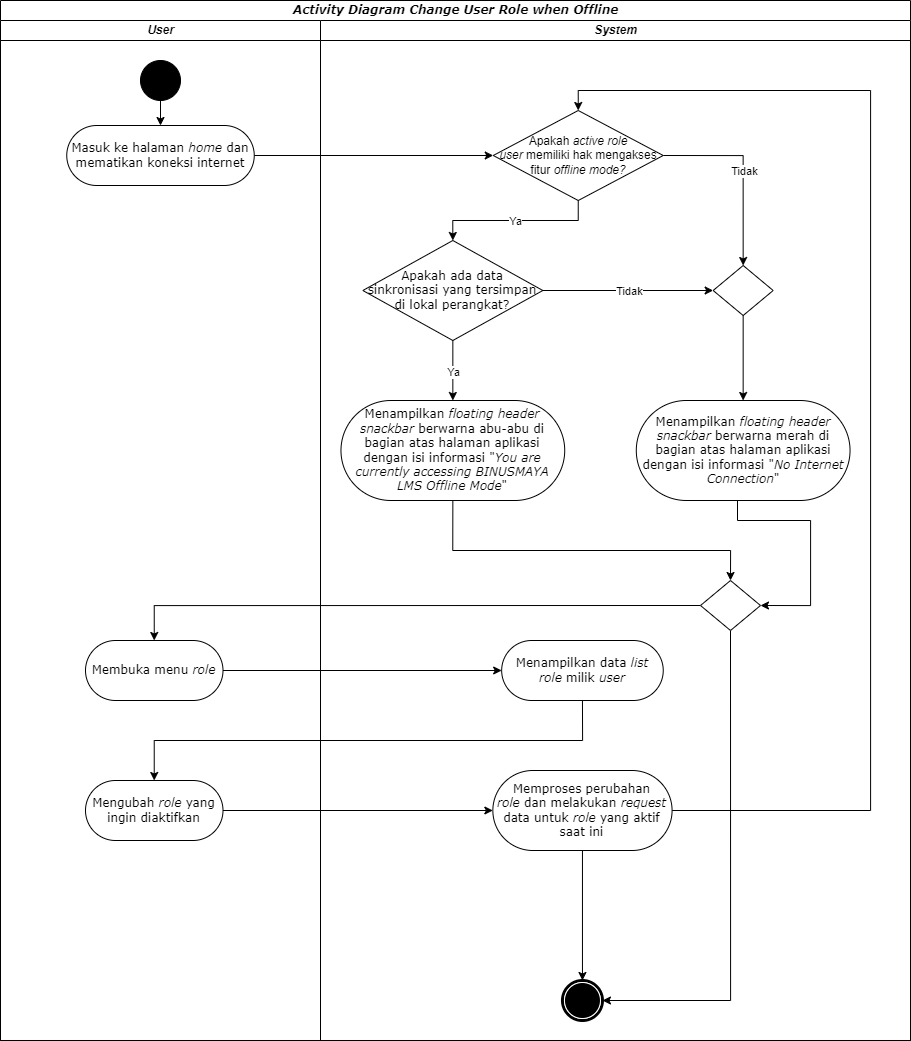
angeliawidjaja/offline-mode-paper keeps this draw.io diagram as diagrams/02. change_user_role/Activity Diagram.drawio.png. Above is the earlier version. Source tidied: cells renumbered, new cells last; positions are measured from the earlier drawing's top-left corner, leaving out a move shared by most shapes.
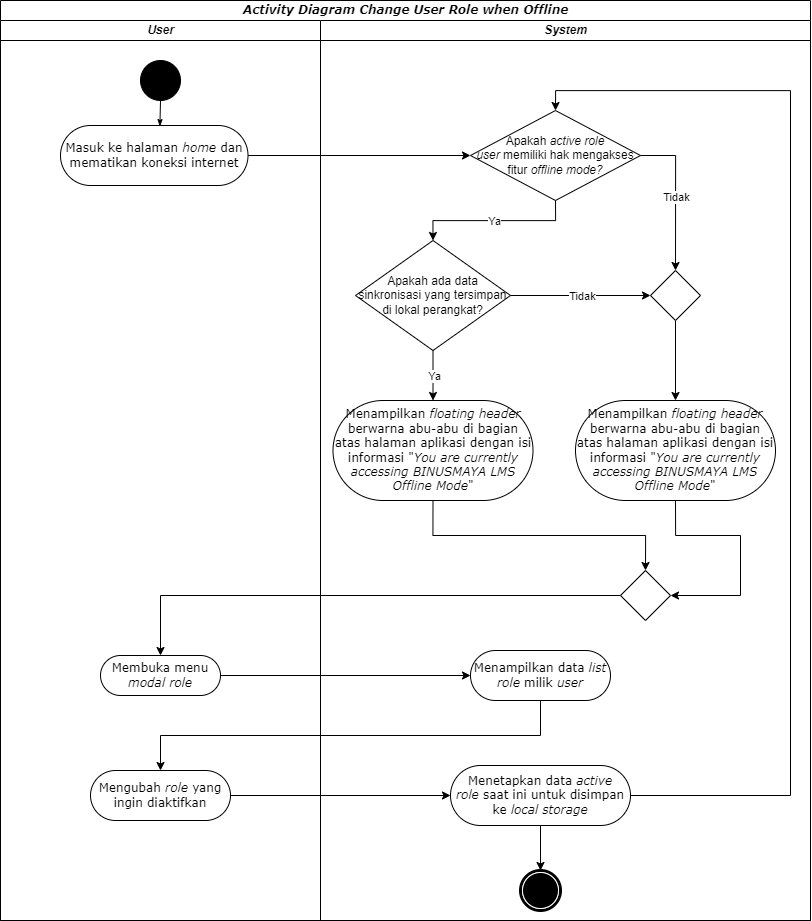
After the commit.

Change to the diagram source:
```diff
@@ -3,129 +3,125 @@
     <mxCell id="0" />
     <mxCell id="1" parent="0" />
     <mxCell id="2" value="&lt;i&gt;Activity Diagram&lt;/i&gt;&amp;nbsp;&lt;i&gt;Change User Role when Offline&lt;/i&gt;" style="swimlane;html=1;startSize=20;rounded=0;shadow=0;comic=0;labelBackgroundColor=none;strokeWidth=1;fontFamily=Verdana;fontSize=12;align=center;" parent="1" vertex="1">
-      <mxGeometry width="910" height="1040" as="geometry" />
+      <mxGeometry width="810" height="920" as="geometry" />
     </mxCell>
     <mxCell id="3" style="rounded=0;jettySize=auto;html=1;exitX=1;exitY=0.5;exitDx=0;exitDy=0;" parent="2" edge="1" source="7" target="16">
       <mxGeometry relative="1" as="geometry" />
     </mxCell>
     <mxCell id="4" value="&lt;i&gt;User&lt;/i&gt;" style="swimlane;html=1;startSize=20;" parent="2" vertex="1">
-      <mxGeometry y="20" width="320" height="1020" as="geometry" />
+      <mxGeometry y="20" width="320" height="900" as="geometry" />
     </mxCell>
-    <mxCell id="5" style="edgeStyle=orthogonalEdgeStyle;rounded=0;jettySize=auto;html=1;exitX=0.5;exitY=1;exitDx=0;exitDy=0;entryX=0.5;entryY=0;entryDx=0;entryDy=0;" parent="4" edge="1" source="6" target="7">
-      <mxGeometry relative="1" as="geometry" />
-    </mxCell>
     <mxCell id="6" style="ellipse;whiteSpace=wrap;html=1;rounded=0;shadow=0;comic=0;labelBackgroundColor=none;strokeWidth=1;fillColor=#000000;fontFamily=Verdana;fontSize=12;align=center;" parent="4" vertex="1">
       <mxGeometry x="140" y="40" width="40" height="40" as="geometry" />
     </mxCell>
     <mxCell id="7" value="Masuk ke halaman &lt;i&gt;home &lt;/i&gt;dan mematikan koneksi internet" style="rounded=1;whiteSpace=wrap;html=1;shadow=0;comic=0;labelBackgroundColor=none;strokeWidth=1;fontFamily=Verdana;fontSize=12;align=center;arcSize=50;" parent="4" vertex="1">
-      <mxGeometry x="66.2" y="105" width="187.5" height="60" as="geometry" />
+      <mxGeometry x="60" y="105" width="187.5" height="60" as="geometry" />
     </mxCell>
-    <mxCell id="8" value="Membuka menu &lt;i&gt;role&lt;/i&gt;" style="rounded=1;whiteSpace=wrap;html=1;shadow=0;comic=0;labelBackgroundColor=none;strokeWidth=1;fontFamily=Verdana;fontSize=12;align=center;arcSize=50;" parent="4" vertex="1">
-      <mxGeometry x="85" y="620" width="137.5" height="60" as="geometry" />
-    </mxCell>
+    <mxCell id="5" style="rounded=0;html=1;labelBackgroundColor=none;startArrow=none;startFill=0;startSize=5;endArrow=classicThin;endFill=1;endSize=5;jettySize=auto;strokeWidth=1;fontFamily=Verdana;fontSize=12;entryX=0.53;entryY=0.018;entryDx=0;entryDy=0;entryPerimeter=0;" parent="4" edge="1" source="6" target="7">
+      <mxGeometry relative="1" as="geometry" />
+    </mxCell>
+    <mxCell id="38" value="Membuka menu &lt;i&gt;modal&lt;/i&gt;&amp;nbsp;&lt;i&gt;role&lt;/i&gt;" style="rounded=1;whiteSpace=wrap;html=1;shadow=0;comic=0;labelBackgroundColor=none;strokeWidth=1;fontFamily=Verdana;fontSize=12;align=center;arcSize=50;" parent="4" vertex="1">
+      <mxGeometry x="100" y="635" width="120" height="40" as="geometry" />
+    </mxCell>
-    <mxCell id="9" value="Mengubah &lt;i&gt;role&lt;/i&gt;&amp;nbsp;yang ingin diaktifkan" style="rounded=1;whiteSpace=wrap;html=1;shadow=0;comic=0;labelBackgroundColor=none;strokeWidth=1;fontFamily=Verdana;fontSize=12;align=center;arcSize=50;" parent="4" vertex="1">
-      <mxGeometry x="85" y="760" width="137.5" height="60" as="geometry" />
+    <mxCell id="9" value="Mengubah &lt;i&gt;role &lt;/i&gt;yang ingin diaktifkan" style="rounded=1;whiteSpace=wrap;html=1;shadow=0;comic=0;labelBackgroundColor=none;strokeWidth=1;fontFamily=Verdana;fontSize=12;align=center;arcSize=50;" parent="4" vertex="1">
+      <mxGeometry x="90" y="750" width="140" height="50" as="geometry" />
     </mxCell>
-    <mxCell id="10" style="edgeStyle=orthogonalEdgeStyle;rounded=0;jettySize=auto;html=1;exitX=0;exitY=0.5;exitDx=0;exitDy=0;entryX=0.5;entryY=0;entryDx=0;entryDy=0;" parent="2" edge="1" source="33" target="8">
-      <mxGeometry relative="1" as="geometry" />
-    </mxCell>
-    <mxCell id="11" style="edgeStyle=orthogonalEdgeStyle;rounded=0;jettySize=auto;html=1;exitX=1;exitY=0.5;exitDx=0;exitDy=0;" parent="2" edge="1" source="8" target="34">
-      <mxGeometry relative="1" as="geometry" />
-    </mxCell>
+    <mxCell id="39" style="edgeStyle=orthogonalEdgeStyle;rounded=0;jettySize=auto;html=1;exitX=0;exitY=0.5;exitDx=0;exitDy=0;entryX=0.5;entryY=0;entryDx=0;entryDy=0;" parent="2" edge="1" source="50" target="38">
+      <mxGeometry relative="1" as="geometry" />
+    </mxCell>
+    <mxCell id="40" style="edgeStyle=orthogonalEdgeStyle;rounded=0;jettySize=auto;html=1;exitX=1;exitY=0.5;exitDx=0;exitDy=0;entryX=0;entryY=0.5;entryDx=0;entryDy=0;" parent="2" edge="1" source="38" target="34">
+      <mxGeometry relative="1" as="geometry" />
+    </mxCell>
     <mxCell id="12" style="edgeStyle=orthogonalEdgeStyle;rounded=0;jettySize=auto;html=1;exitX=0.5;exitY=1;exitDx=0;exitDy=0;" parent="2" edge="1" source="34" target="9">
       <mxGeometry relative="1" as="geometry" />
     </mxCell>
-    <mxCell id="13" style="edgeStyle=orthogonalEdgeStyle;rounded=0;jettySize=auto;html=1;exitX=1;exitY=0.5;exitDx=0;exitDy=0;" parent="2" edge="1" source="9" target="37">
-      <mxGeometry relative="1" as="geometry" />
-    </mxCell>
+    <mxCell id="41" style="edgeStyle=orthogonalEdgeStyle;rounded=0;jettySize=auto;html=1;exitX=1;exitY=0.5;exitDx=0;exitDy=0;entryX=0;entryY=0.5;entryDx=0;entryDy=0;" parent="2" edge="1" source="9" target="53">
+      <mxGeometry relative="1" as="geometry" />
+    </mxCell>
     <mxCell id="14" value="&lt;i&gt;System&lt;/i&gt;" style="swimlane;html=1;startSize=20;" parent="2" vertex="1">
-      <mxGeometry x="320" y="20" width="590" height="1020" as="geometry" />
+      <mxGeometry x="320" y="20" width="490" height="900" as="geometry" />
     </mxCell>
     <mxCell id="15" style="shape=mxgraph.bpmn.shape;html=1;verticalLabelPosition=bottom;labelBackgroundColor=#ffffff;verticalAlign=top;perimeter=ellipsePerimeter;outline=end;symbol=terminate;rounded=0;shadow=0;comic=0;strokeWidth=1;fontFamily=Verdana;fontSize=12;align=center;" parent="14" vertex="1">
-      <mxGeometry x="242" y="960" width="40" height="40" as="geometry" />
+      <mxGeometry x="200" y="850" width="40" height="40" as="geometry" />
     </mxCell>
     <mxCell id="16" value="Apakah &lt;i&gt;active role user&lt;/i&gt;&amp;nbsp;memiliki hak mengakses fitur &lt;i&gt;offline mode?&lt;/i&gt;" style="rhombus;whiteSpace=wrap;html=1;" parent="14" vertex="1">
-      <mxGeometry x="172.7" y="90" width="170" height="90" as="geometry" />
+      <mxGeometry x="150" y="90" width="170" height="90" as="geometry" />
     </mxCell>
-    <mxCell id="17" style="edgeStyle=orthogonalEdgeStyle;rounded=0;jettySize=auto;html=1;exitX=0.5;exitY=1;exitDx=0;exitDy=0;entryX=0.5;entryY=0;entryDx=0;entryDy=0;" parent="14" edge="1" source="18" target="33">
-      <mxGeometry relative="1" as="geometry">
-        <Array as="points">
-          <mxPoint x="132" y="530" />
-          <mxPoint x="410" y="530" />
-        </Array>
-      </mxGeometry>
-    </mxCell>
-    <mxCell id="18" value="Menampilkan &lt;i&gt;floating header snackbar&lt;/i&gt;&amp;nbsp;berwarna abu-abu di bagian atas halaman aplikasi dengan isi informasi &quot;&lt;i&gt;You are currently accessing BINUSMAYA LMS Offline Mode&lt;/i&gt;&quot;" style="rounded=1;whiteSpace=wrap;html=1;shadow=0;comic=0;labelBackgroundColor=none;strokeWidth=1;fontFamily=Verdana;fontSize=12;align=center;arcSize=50;" parent="14" vertex="1">
-      <mxGeometry x="20.5" y="380" width="223.8" height="100" as="geometry" />
-    </mxCell>
     <mxCell id="19" style="endArrow=classic;html=1;rounded=0;exitX=0.5;exitY=1;exitDx=0;exitDy=0;entryX=0.5;entryY=0;entryDx=0;entryDy=0;edgeStyle=orthogonalEdgeStyle;" parent="14" edge="1" source="16" target="23">
       <mxGeometry relative="1" as="geometry" />
     </mxCell>
     <mxCell id="20" value="Ya" style="edgeLabel;html=1;align=center;verticalAlign=middle;" parent="19" vertex="1">
       <mxGeometry relative="1" as="geometry" />
     </mxCell>
-    <mxCell id="21" style="endArrow=classic;html=1;rounded=0;exitX=1;exitY=0.5;exitDx=0;exitDy=0;edgeStyle=orthogonalEdgeStyle;entryX=0.5;entryY=0;entryDx=0;entryDy=0;" parent="14" edge="1" source="16" target="31">
-      <mxGeometry relative="1" as="geometry" />
+    <mxCell id="21" style="endArrow=classic;html=1;rounded=0;exitX=1;exitY=0.5;exitDx=0;exitDy=0;edgeStyle=orthogonalEdgeStyle;entryX=0.5;entryY=0;entryDx=0;entryDy=0;" parent="14" edge="1" source="16" target="43">
+      <mxGeometry relative="1" as="geometry">
+        <Array as="points">
+          <mxPoint x="355" y="135" />
+        </Array>
+      </mxGeometry>
     </mxCell>
     <mxCell id="22" value="Tidak" style="edgeLabel;html=1;align=center;verticalAlign=middle;" parent="21" vertex="1">
       <mxGeometry relative="1" as="geometry" />
     </mxCell>
-    <mxCell id="23" value="&lt;p style=&quot;line-height: 120%;&quot;&gt;&lt;span style=&quot;font-family: Verdana;&quot;&gt;Apakah ada data sinkronisasi yang tersimpan di lokal perangkat?&lt;/span&gt;&lt;/p&gt;" style="rhombus;whiteSpace=wrap;html=1;spacing=4;" parent="14" vertex="1">
-      <mxGeometry x="42.3" y="220" width="180" height="100" as="geometry" />
+    <mxCell id="23" value="Apakah ada data sinkronisasi yang tersimpan di lokal perangkat?" style="rhombus;whiteSpace=wrap;html=1;" parent="14" vertex="1">
+      <mxGeometry x="35" y="220" width="155" height="110" as="geometry" />
     </mxCell>
-    <mxCell id="24" style="endArrow=classic;html=1;rounded=0;exitX=0.5;exitY=1;exitDx=0;exitDy=0;entryX=0.5;entryY=0;entryDx=0;entryDy=0;edgeStyle=orthogonalEdgeStyle;" parent="14" edge="1" source="23" target="18">
-      <mxGeometry relative="1" as="geometry" />
-    </mxCell>
+    <mxCell id="42" style="edgeStyle=orthogonalEdgeStyle;rounded=0;jettySize=auto;html=1;exitX=0.5;exitY=1;exitDx=0;exitDy=0;entryX=0.5;entryY=0;entryDx=0;entryDy=0;" parent="14" edge="1" source="43" target="48">
+      <mxGeometry relative="1" as="geometry" />
+    </mxCell>
+    <mxCell id="43" style="rhombus;whiteSpace=wrap;html=1;" parent="14" vertex="1">
+      <mxGeometry x="330" y="250" width="50" height="50" as="geometry" />
+    </mxCell>
+    <mxCell id="44" style="endArrow=classic;html=1;rounded=0;exitX=1;exitY=0.5;exitDx=0;exitDy=0;edgeStyle=orthogonalEdgeStyle;entryX=0;entryY=0.5;entryDx=0;entryDy=0;" parent="14" edge="1" source="23" target="43">
+      <mxGeometry relative="1" as="geometry" />
+    </mxCell>
+    <mxCell id="29" value="Tidak" style="edgeLabel;html=1;align=center;verticalAlign=middle;" parent="44" vertex="1">
+      <mxGeometry relative="1" as="geometry" />
+    </mxCell>
+    <mxCell id="45" style="edgeStyle=orthogonalEdgeStyle;rounded=0;jettySize=auto;html=1;exitX=0.5;exitY=1;exitDx=0;exitDy=0;entryX=0.5;entryY=0;entryDx=0;entryDy=0;" parent="14" edge="1" source="46" target="50">
+      <mxGeometry relative="1" as="geometry" />
+    </mxCell>
+    <mxCell id="46" value="Menampilkan &lt;i&gt;floating header &lt;/i&gt;berwarna abu-abu di bagian atas halaman aplikasi dengan isi informasi &quot;&lt;i&gt;You are currently accessing BINUSMAYA LMS Offline Mode&lt;/i&gt;&quot;" style="rounded=1;whiteSpace=wrap;html=1;shadow=0;comic=0;labelBackgroundColor=none;strokeWidth=1;fontFamily=Verdana;fontSize=12;align=center;arcSize=50;" parent="14" vertex="1">
+      <mxGeometry x="12.5" y="380" width="200" height="100" as="geometry" />
+    </mxCell>
+    <mxCell id="47" style="edgeStyle=orthogonalEdgeStyle;rounded=0;jettySize=auto;html=1;exitX=0.5;exitY=1;exitDx=0;exitDy=0;entryX=1;entryY=0.5;entryDx=0;entryDy=0;" parent="14" edge="1" source="48" target="50">
+      <mxGeometry relative="1" as="geometry">
+        <Array as="points">
+          <mxPoint x="355" y="515" />
+          <mxPoint x="420" y="515" />
+          <mxPoint x="420" y="575" />
+        </Array>
+      </mxGeometry>
+    </mxCell>
+    <mxCell id="48" value="Menampilkan &lt;i&gt;floating header &lt;/i&gt;berwarna abu-abu di bagian atas halaman aplikasi dengan isi informasi &quot;&lt;i&gt;You are currently accessing BINUSMAYA LMS Offline Mode&lt;/i&gt;&quot;" style="rounded=1;whiteSpace=wrap;html=1;shadow=0;comic=0;labelBackgroundColor=none;strokeWidth=1;fontFamily=Verdana;fontSize=12;align=center;arcSize=50;" parent="14" vertex="1">
+      <mxGeometry x="255" y="380" width="200" height="100" as="geometry" />
+    </mxCell>
+    <mxCell id="49" style="endArrow=classic;html=1;rounded=0;exitX=0.5;exitY=1;exitDx=0;exitDy=0;entryX=0.5;entryY=0;entryDx=0;entryDy=0;edgeStyle=orthogonalEdgeStyle;" parent="14" edge="1" source="23" target="46">
+      <mxGeometry relative="1" as="geometry" />
+    </mxCell>
-    <mxCell id="25" value="Ya" style="edgeLabel;html=1;align=center;verticalAlign=middle;" parent="24" vertex="1">
+    <mxCell id="25" value="Ya" style="edgeLabel;html=1;align=center;verticalAlign=middle;" parent="49" vertex="1">
       <mxGeometry relative="1" as="geometry" />
     </mxCell>
-    <mxCell id="26" style="edgeStyle=orthogonalEdgeStyle;rounded=0;jettySize=auto;html=1;exitX=0.5;exitY=1;exitDx=0;exitDy=0;entryX=1;entryY=0.5;entryDx=0;entryDy=0;" parent="14" edge="1" source="27" target="33">
-      <mxGeometry relative="1" as="geometry">
-        <Array as="points">
-          <mxPoint x="417" y="500" />
-          <mxPoint x="490" y="500" />
-          <mxPoint x="490" y="585" />
-        </Array>
-      </mxGeometry>
-    </mxCell>
-    <mxCell id="27" value="Menampilkan &lt;i&gt;floating header snackbar&lt;/i&gt;&amp;nbsp;berwarna merah di bagian atas halaman aplikasi dengan isi informasi &quot;&lt;i&gt;No Internet Connection&lt;/i&gt;&quot;" style="rounded=1;whiteSpace=wrap;html=1;shadow=0;comic=0;labelBackgroundColor=none;strokeWidth=1;fontFamily=Verdana;fontSize=12;align=center;arcSize=50;" parent="14" vertex="1">
-      <mxGeometry x="315.8" y="380" width="213.8" height="100" as="geometry" />
-    </mxCell>
-    <mxCell id="28" style="endArrow=classic;html=1;rounded=0;exitX=1;exitY=0.5;exitDx=0;exitDy=0;entryX=0;entryY=0.5;entryDx=0;entryDy=0;" parent="14" edge="1" source="23" target="31">
-      <mxGeometry relative="1" as="geometry" />
-    </mxCell>
-    <mxCell id="29" value="Tidak" style="edgeLabel;html=1;align=center;verticalAlign=middle;" parent="28" vertex="1">
-      <mxGeometry relative="1" as="geometry" />
-    </mxCell>
-    <mxCell id="30" style="edgeStyle=none;rounded=0;jettySize=auto;html=1;exitX=0.5;exitY=1;exitDx=0;exitDy=0;entryX=0.5;entryY=0;entryDx=0;entryDy=0;" parent="14" edge="1" source="31" target="27">
-      <mxGeometry relative="1" as="geometry" />
-    </mxCell>
-    <mxCell id="31" style="rhombus;whiteSpace=wrap;html=1;" parent="14" vertex="1">
-      <mxGeometry x="392.7" y="245" width="60" height="50" as="geometry" />
-    </mxCell>
-    <mxCell id="32" style="edgeStyle=orthogonalEdgeStyle;rounded=0;jettySize=auto;html=1;exitX=0.5;exitY=1;exitDx=0;exitDy=0;entryX=1;entryY=0.5;entryDx=0;entryDy=0;" parent="14" edge="1" source="33" target="15">
-      <mxGeometry relative="1" as="geometry" />
-    </mxCell>
-    <mxCell id="33" style="rhombus;whiteSpace=wrap;html=1;" parent="14" vertex="1">
-      <mxGeometry x="380" y="560" width="60" height="50" as="geometry" />
-    </mxCell>
+    <mxCell id="50" style="rhombus;whiteSpace=wrap;html=1;" parent="14" vertex="1">
+      <mxGeometry x="300" y="550" width="50" height="50" as="geometry" />
+    </mxCell>
     <mxCell id="34" value="Menampilkan data &lt;i&gt;list role&lt;/i&gt;&amp;nbsp;milik &lt;i&gt;user&lt;/i&gt;" style="rounded=1;whiteSpace=wrap;html=1;shadow=0;comic=0;labelBackgroundColor=none;strokeWidth=1;fontFamily=Verdana;fontSize=12;align=center;arcSize=50;" parent="14" vertex="1">
-      <mxGeometry x="181.2" y="620" width="161.6" height="60" as="geometry" />
+      <mxGeometry x="150" y="630" width="140" height="50" as="geometry" />
     </mxCell>
-    <mxCell id="35" style="edgeStyle=orthogonalEdgeStyle;rounded=0;jettySize=auto;html=1;exitX=0.5;exitY=1;exitDx=0;exitDy=0;entryX=0.5;entryY=0;entryDx=0;entryDy=0;" parent="14" edge="1" source="37" target="15">
-      <mxGeometry relative="1" as="geometry" />
-    </mxCell>
-    <mxCell id="36" style="edgeStyle=orthogonalEdgeStyle;rounded=0;jettySize=auto;html=1;exitX=1;exitY=0.5;exitDx=0;exitDy=0;entryX=0.5;entryY=0;entryDx=0;entryDy=0;" parent="14" edge="1" source="37" target="16">
-      <mxGeometry relative="1" as="geometry">
-        <Array as="points">
-          <mxPoint x="550" y="790" />
-          <mxPoint x="550" y="70" />
-          <mxPoint x="257" y="70" />
-        </Array>
-      </mxGeometry>
-    </mxCell>
-    <mxCell id="37" value="Memproses perubahan &lt;i&gt;role&lt;/i&gt;&amp;nbsp;dan melakukan &lt;i&gt;request &lt;/i&gt;data untuk &lt;i&gt;role &lt;/i&gt;yang&amp;nbsp;aktif saat ini" style="rounded=1;whiteSpace=wrap;html=1;shadow=0;comic=0;labelBackgroundColor=none;strokeWidth=1;fontFamily=Verdana;fontSize=12;align=center;arcSize=50;" parent="14" vertex="1">
-      <mxGeometry x="172.3" y="750" width="179.2" height="80" as="geometry" />
-    </mxCell>
+    <mxCell id="51" style="edgeStyle=orthogonalEdgeStyle;rounded=0;jettySize=auto;html=1;exitX=0.5;exitY=1;exitDx=0;exitDy=0;entryX=0.5;entryY=0;entryDx=0;entryDy=0;" parent="14" edge="1" source="53" target="15">
+      <mxGeometry relative="1" as="geometry" />
+    </mxCell>
+    <mxCell id="52" style="edgeStyle=orthogonalEdgeStyle;rounded=0;jettySize=auto;html=1;exitX=1;exitY=0.5;exitDx=0;exitDy=0;entryX=0.5;entryY=0;entryDx=0;entryDy=0;" parent="14" edge="1" source="53" target="16">
+      <mxGeometry relative="1" as="geometry">
+        <Array as="points">
+          <mxPoint x="470" y="775" />
+          <mxPoint x="470" y="70" />
+          <mxPoint x="235" y="70" />
+        </Array>
+      </mxGeometry>
+    </mxCell>
+    <mxCell id="53" value="Menetapkan data &lt;i&gt;active role&lt;/i&gt;&amp;nbsp;saat ini untuk disimpan ke &lt;i&gt;local storage&lt;/i&gt;" style="rounded=1;whiteSpace=wrap;html=1;shadow=0;comic=0;labelBackgroundColor=none;strokeWidth=1;fontFamily=Verdana;fontSize=12;align=center;arcSize=50;" parent="14" vertex="1">
+      <mxGeometry x="130" y="745" width="180" height="60" as="geometry" />
+    </mxCell>
   </root>
 </mxGraphModel>
```
